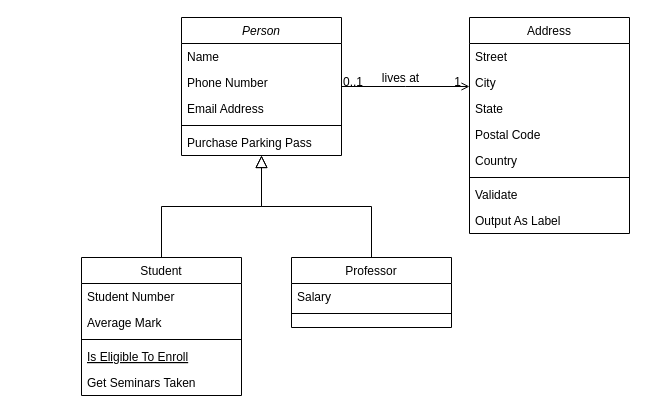
The draw.io diagram 未命名绘图.drawio in fyuanfu/book, before the edit. Source tidied: cells renumbered, new cells numbered last; positions are measured from the earlier drawing's top-left corner, leaving out a move shared by most shapes. Both pictures are drawn from the tidied source at 100%, with x=0, y=0 at pixel (81, 17).
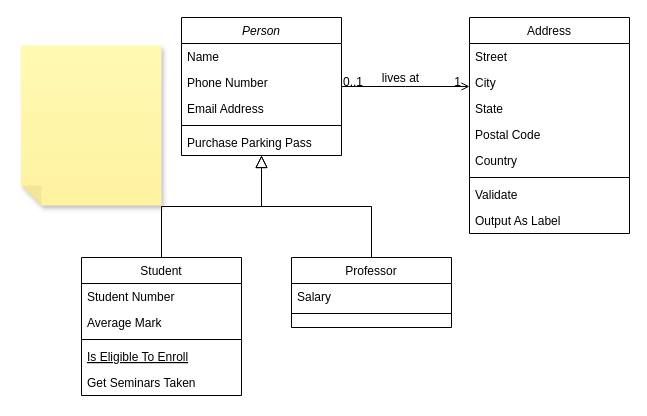
Above is the later version.

Commit message:
更新未命名绘图.drawio

Diff of the diagram source:
```diff
@@
+    <mxCell id="32" style="shape=note;whiteSpace=wrap;html=1;backgroundOutline=1;fontColor=#000000;darkOpacity=0.05;fillColor=#FFF9B2;strokeColor=none;fillStyle=solid;direction=west;gradientDirection=north;gradientColor=#FFF2A1;shadow=1;size=20;" parent="1" vertex="1">
+      <mxGeometry x="-60" y="28" width="140" height="160" as="geometry" />
+    </mxCell>
```
